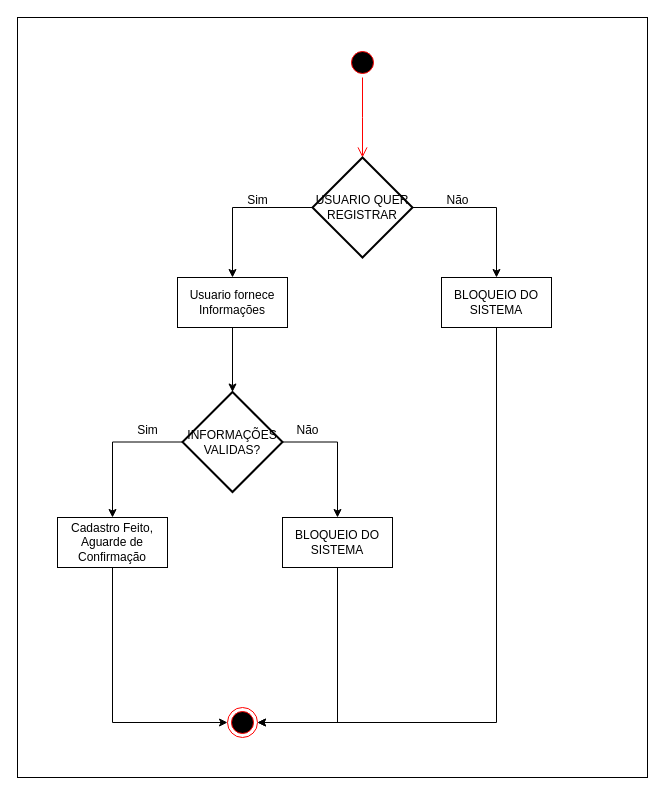
Above: UML/cadastroUser.drawio in Marlon-Isaac/tcc (draw.io), before the change. Source tidied: cells renumbered, new cells numbered last; positions are measured from the earlier drawing's top-left corner, leaving out a move shared by most shapes. Both pictures are drawn from the tidied source at 100%, with x=0, y=0 at pixel (17, 17).
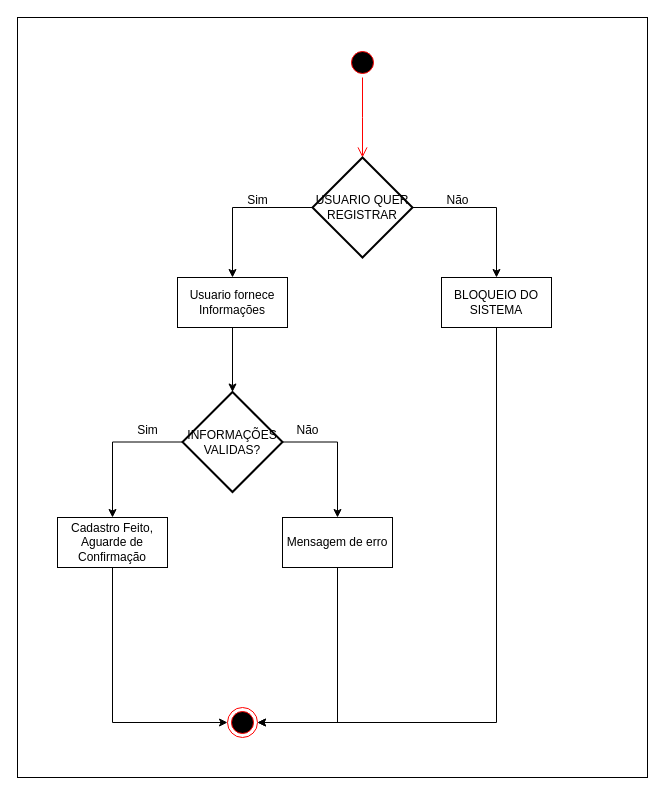
After the change.

Change to the diagram source:
```diff
@@
-    <mxCell id="20" value="BLOQUEIO DO SISTEMA" style="html=1;whiteSpace=wrap;" parent="1" vertex="1">
+    <mxCell id="20" value="Mensagem de erro" style="html=1;whiteSpace=wrap;" parent="1" vertex="1">
       <mxGeometry x="265" y="500" width="110" height="50" as="geometry" />
     </mxCell>
```
